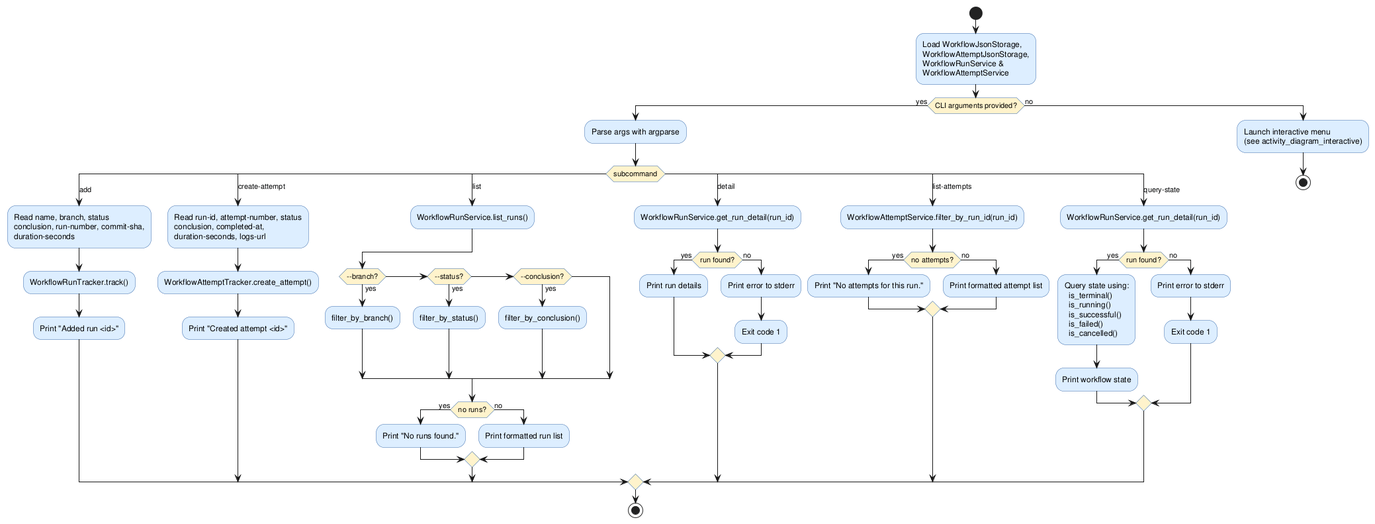
Above: experiments/pipeline/structured_text/github-workflow-manager/artifacts/activity_diagram_main.png in DanielRiha8906/Software_autoevolution_using_agents (PlantUML), before the change.
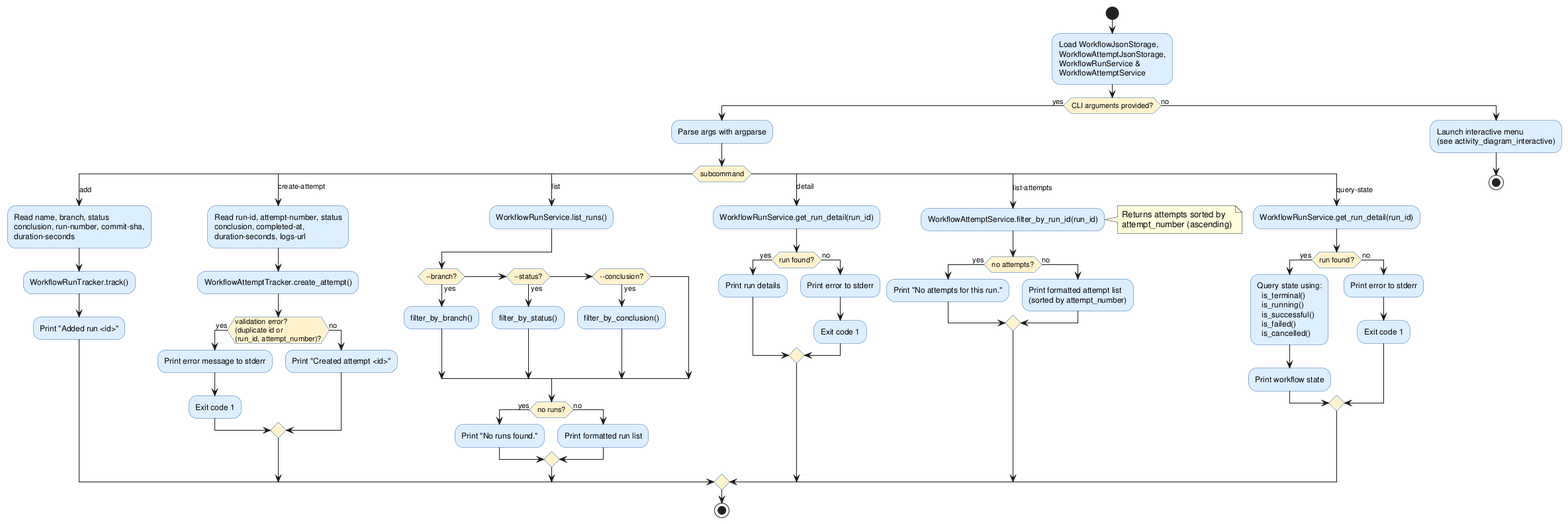
After the commit.

Diff of the diagram source:
```diff
@@ -20,7 +20,12 @@
     case (create-attempt)
       :Read run-id, attempt-number, status\nconclusion, completed-at,\nduration-seconds, logs-url;
       :WorkflowAttemptTracker.create_attempt();
-      :Print "Created attempt <id>";
+      if (validation error?\n(duplicate id or\n(run_id, attempt_number)?) then (yes)
+        :Print error message to stderr;
+        :Exit code 1;
+      else (no)
+        :Print "Created attempt <id>";
+      endif
 
     case (list)
       :WorkflowRunService.list_runs();
@@ -48,10 +53,14 @@
 
     case (list-attempts)
       :WorkflowAttemptService.filter_by_run_id(run_id);
+      note right
+        Returns attempts sorted by
+        attempt_number (ascending)
+      end note
       if (no attempts?) then (yes)
         :Print "No attempts for this run.";
       else (no)
-        :Print formatted attempt list;
+        :Print formatted attempt list\n(sorted by attempt_number);
       endif
 
     case (query-state)
```
